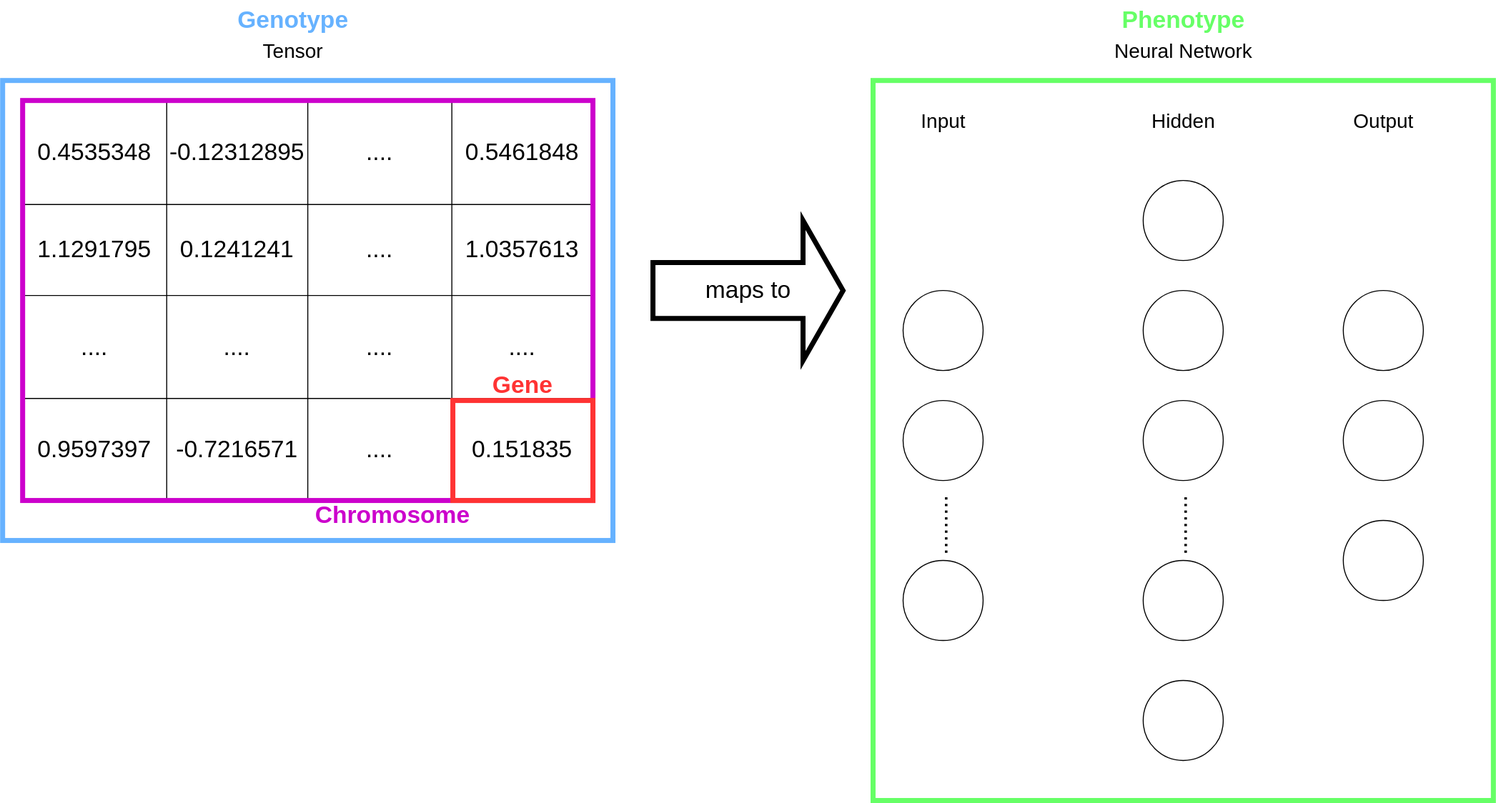
Earlier version of the draw.io export docs/genotype_to_phenotype.svg (jonasbarth/snakevolution). Source tidied: cells renumbered, new cells last; positions are measured from the earlier drawing's top-left corner, leaving out a move shared by most shapes.
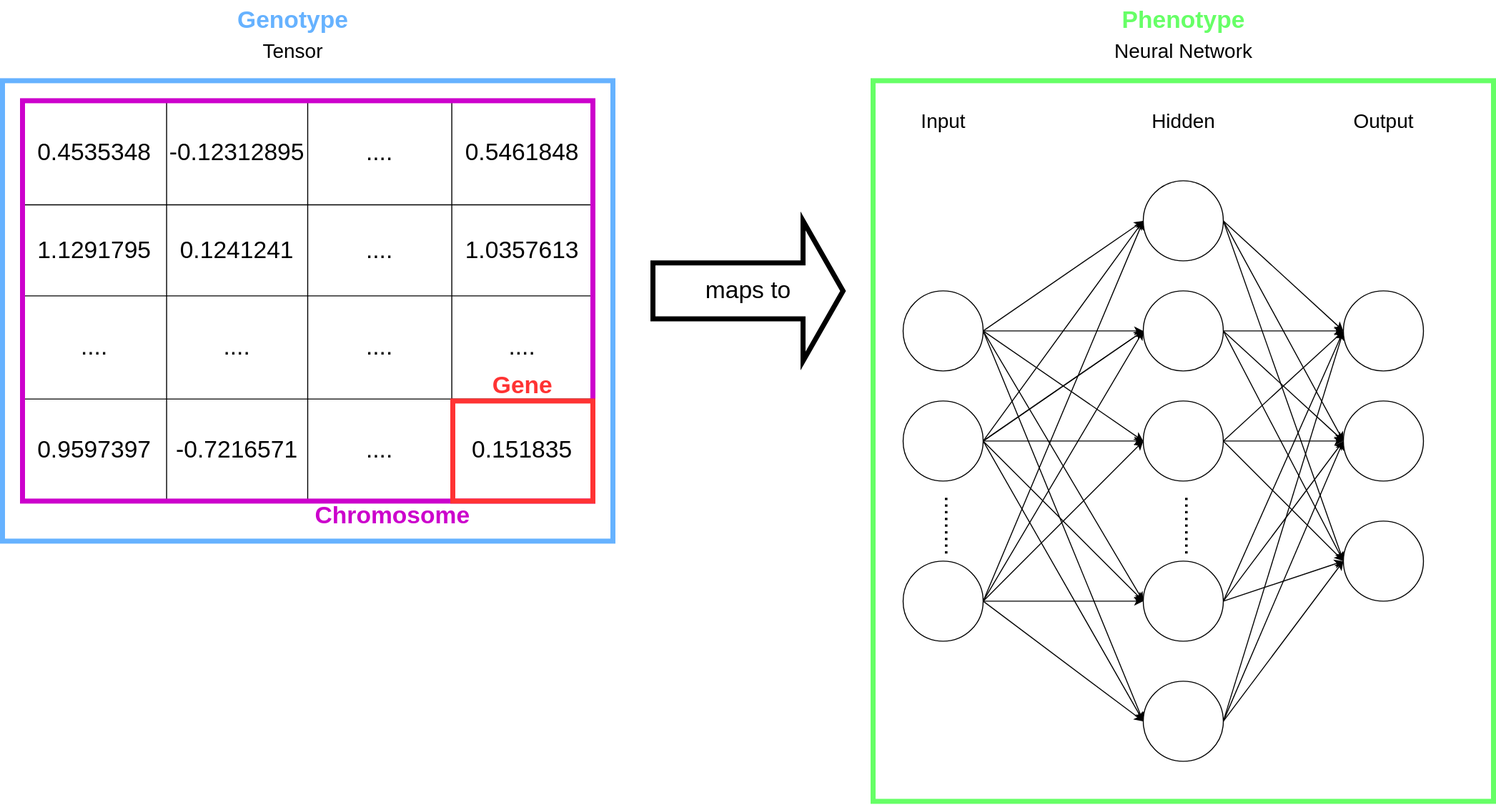
The same file after the commit.

Diff of the diagram source:
```diff
@@ -5,27 +5,124 @@
     <mxCell id="2" style="rounded=0;whiteSpace=wrap;html=1;fontSize=24;fillColor=none;strokeWidth=5;strokeColor=#66FF66;" parent="1" vertex="1">
       <mxGeometry x="870" y="80" width="620" height="720" as="geometry" />
     </mxCell>
+    <mxCell id="50" style="edgeStyle=none;rounded=0;jettySize=auto;html=1;entryX=0;entryY=0.5;entryDx=0;entryDy=0;exitX=1;exitY=0.5;exitDx=0;exitDy=0;" parent="1" edge="1" source="3" target="6">
+      <mxGeometry relative="1" as="geometry" />
+    </mxCell>
+    <mxCell id="51" style="edgeStyle=none;rounded=0;jettySize=auto;html=1;exitX=1;exitY=0.5;exitDx=0;exitDy=0;" parent="1" edge="1" source="3" target="7">
+      <mxGeometry relative="1" as="geometry" />
+    </mxCell>
+    <mxCell id="52" style="edgeStyle=none;rounded=0;jettySize=auto;html=1;entryX=0;entryY=0.5;entryDx=0;entryDy=0;exitX=1;exitY=0.5;exitDx=0;exitDy=0;" parent="1" edge="1" source="3" target="8">
+      <mxGeometry relative="1" as="geometry" />
+    </mxCell>
+    <mxCell id="53" style="edgeStyle=none;rounded=0;jettySize=auto;html=1;entryX=0;entryY=0.5;entryDx=0;entryDy=0;exitX=1;exitY=0.5;exitDx=0;exitDy=0;" parent="1" edge="1" source="3" target="9">
+      <mxGeometry relative="1" as="geometry" />
+    </mxCell>
+    <mxCell id="54" style="edgeStyle=none;rounded=0;jettySize=auto;html=1;entryX=0;entryY=0.5;entryDx=0;entryDy=0;exitX=1;exitY=0.5;exitDx=0;exitDy=0;" parent="1" edge="1" source="3" target="10">
+      <mxGeometry relative="1" as="geometry" />
+    </mxCell>
     <mxCell id="3" style="ellipse;whiteSpace=wrap;html=1;" parent="1" vertex="1">
       <mxGeometry x="900" y="290" width="80" height="80" as="geometry" />
     </mxCell>
+    <mxCell id="55" style="edgeStyle=none;rounded=0;jettySize=auto;html=1;entryX=0;entryY=0.5;entryDx=0;entryDy=0;exitX=1;exitY=0.5;exitDx=0;exitDy=0;" parent="1" edge="1" source="4" target="6">
+      <mxGeometry relative="1" as="geometry" />
+    </mxCell>
+    <mxCell id="56" style="edgeStyle=none;rounded=0;jettySize=auto;html=1;entryX=0;entryY=0.5;entryDx=0;entryDy=0;exitX=1;exitY=0.5;exitDx=0;exitDy=0;" parent="1" edge="1" source="4" target="7">
+      <mxGeometry relative="1" as="geometry" />
+    </mxCell>
+    <mxCell id="57" style="edgeStyle=none;rounded=0;jettySize=auto;html=1;entryX=0;entryY=0.5;entryDx=0;entryDy=0;exitX=1;exitY=0.5;exitDx=0;exitDy=0;" parent="1" edge="1" source="4" target="7">
+      <mxGeometry relative="1" as="geometry" />
+    </mxCell>
+    <mxCell id="58" style="edgeStyle=none;rounded=0;jettySize=auto;html=1;" parent="1" edge="1" source="4" target="8">
+      <mxGeometry relative="1" as="geometry" />
+    </mxCell>
+    <mxCell id="59" style="edgeStyle=none;rounded=0;jettySize=auto;html=1;entryX=0;entryY=0.5;entryDx=0;entryDy=0;exitX=1;exitY=0.5;exitDx=0;exitDy=0;" parent="1" edge="1" source="4" target="9">
+      <mxGeometry relative="1" as="geometry" />
+    </mxCell>
+    <mxCell id="60" style="edgeStyle=none;rounded=0;jettySize=auto;html=1;entryX=0;entryY=0.5;entryDx=0;entryDy=0;exitX=1;exitY=0.5;exitDx=0;exitDy=0;" parent="1" edge="1" source="4" target="10">
+      <mxGeometry relative="1" as="geometry" />
+    </mxCell>
     <mxCell id="4" style="ellipse;whiteSpace=wrap;html=1;" parent="1" vertex="1">
       <mxGeometry x="900" y="400" width="80" height="80" as="geometry" />
     </mxCell>
+    <mxCell id="61" style="edgeStyle=none;rounded=0;jettySize=auto;html=1;entryX=0;entryY=0.5;entryDx=0;entryDy=0;exitX=1;exitY=0.5;exitDx=0;exitDy=0;" parent="1" edge="1" source="5" target="10">
+      <mxGeometry relative="1" as="geometry" />
+    </mxCell>
+    <mxCell id="62" style="edgeStyle=none;rounded=0;jettySize=auto;html=1;entryX=0;entryY=0.5;entryDx=0;entryDy=0;" parent="1" edge="1" source="5" target="9">
+      <mxGeometry relative="1" as="geometry" />
+    </mxCell>
+    <mxCell id="63" style="edgeStyle=none;rounded=0;jettySize=auto;html=1;entryX=0;entryY=0.5;entryDx=0;entryDy=0;exitX=1;exitY=0.5;exitDx=0;exitDy=0;" parent="1" edge="1" source="5" target="8">
+      <mxGeometry relative="1" as="geometry" />
+    </mxCell>
+    <mxCell id="64" style="edgeStyle=none;rounded=0;jettySize=auto;html=1;entryX=0;entryY=0.5;entryDx=0;entryDy=0;exitX=1;exitY=0.5;exitDx=0;exitDy=0;" parent="1" edge="1" source="5" target="7">
+      <mxGeometry relative="1" as="geometry" />
+    </mxCell>
+    <mxCell id="65" style="edgeStyle=none;rounded=0;jettySize=auto;html=1;entryX=0;entryY=0.5;entryDx=0;entryDy=0;exitX=1;exitY=0.5;exitDx=0;exitDy=0;" parent="1" edge="1" source="5" target="6">
+      <mxGeometry relative="1" as="geometry" />
+    </mxCell>
     <mxCell id="5" style="ellipse;whiteSpace=wrap;html=1;" parent="1" vertex="1">
       <mxGeometry x="900" y="560" width="80" height="80" as="geometry" />
     </mxCell>
+    <mxCell id="66" style="rounded=0;jettySize=auto;html=1;exitX=1;exitY=0.5;exitDx=0;exitDy=0;" parent="1" edge="1" source="6">
+      <mxGeometry relative="1" as="geometry">
+        <mxPoint x="1340" y="330" as="targetPoint" />
+      </mxGeometry>
+    </mxCell>
+    <mxCell id="67" style="edgeStyle=none;rounded=0;jettySize=auto;html=1;entryX=0;entryY=0.5;entryDx=0;entryDy=0;exitX=1;exitY=0.5;exitDx=0;exitDy=0;" parent="1" edge="1" source="6" target="12">
+      <mxGeometry relative="1" as="geometry" />
+    </mxCell>
+    <mxCell id="68" style="edgeStyle=none;rounded=0;jettySize=auto;html=1;entryX=0;entryY=0.5;entryDx=0;entryDy=0;exitX=1;exitY=0.5;exitDx=0;exitDy=0;" parent="1" edge="1" source="6" target="13">
+      <mxGeometry relative="1" as="geometry" />
+    </mxCell>
     <mxCell id="6" style="ellipse;whiteSpace=wrap;html=1;" parent="1" vertex="1">
       <mxGeometry x="1140" y="180" width="80" height="80" as="geometry" />
     </mxCell>
+    <mxCell id="69" style="edgeStyle=none;rounded=0;jettySize=auto;html=1;" parent="1" edge="1" source="7" target="11">
+      <mxGeometry relative="1" as="geometry" />
+    </mxCell>
+    <mxCell id="70" style="edgeStyle=none;rounded=0;jettySize=auto;html=1;entryX=0;entryY=0.5;entryDx=0;entryDy=0;exitX=1;exitY=0.5;exitDx=0;exitDy=0;" parent="1" edge="1" source="7" target="12">
+      <mxGeometry relative="1" as="geometry" />
+    </mxCell>
+    <mxCell id="71" style="edgeStyle=none;rounded=0;jettySize=auto;html=1;entryX=0;entryY=0.5;entryDx=0;entryDy=0;exitX=1;exitY=0.5;exitDx=0;exitDy=0;" parent="1" edge="1" source="7" target="13">
+      <mxGeometry relative="1" as="geometry" />
+    </mxCell>
     <mxCell id="7" style="ellipse;whiteSpace=wrap;html=1;" parent="1" vertex="1">
       <mxGeometry x="1140" y="290" width="80" height="80" as="geometry" />
     </mxCell>
+    <mxCell id="72" style="edgeStyle=none;rounded=0;jettySize=auto;html=1;exitX=1;exitY=0.5;exitDx=0;exitDy=0;entryX=0;entryY=0.5;entryDx=0;entryDy=0;" parent="1" edge="1" source="8" target="11">
+      <mxGeometry relative="1" as="geometry" />
+    </mxCell>
+    <mxCell id="73" style="edgeStyle=none;rounded=0;jettySize=auto;html=1;entryX=0;entryY=0.5;entryDx=0;entryDy=0;" parent="1" edge="1" source="8" target="12">
+      <mxGeometry relative="1" as="geometry" />
+    </mxCell>
+    <mxCell id="74" style="edgeStyle=none;rounded=0;jettySize=auto;html=1;entryX=0;entryY=0.5;entryDx=0;entryDy=0;exitX=1;exitY=0.5;exitDx=0;exitDy=0;" parent="1" edge="1" source="8" target="13">
+      <mxGeometry relative="1" as="geometry" />
+    </mxCell>
     <mxCell id="8" style="ellipse;whiteSpace=wrap;html=1;" parent="1" vertex="1">
       <mxGeometry x="1140" y="400" width="80" height="80" as="geometry" />
     </mxCell>
+    <mxCell id="75" style="edgeStyle=none;rounded=0;jettySize=auto;html=1;entryX=0;entryY=0.5;entryDx=0;entryDy=0;exitX=1;exitY=0.5;exitDx=0;exitDy=0;" parent="1" edge="1" source="9" target="13">
+      <mxGeometry relative="1" as="geometry" />
+    </mxCell>
+    <mxCell id="76" style="edgeStyle=none;rounded=0;jettySize=auto;html=1;entryX=0;entryY=0.5;entryDx=0;entryDy=0;exitX=1;exitY=0.5;exitDx=0;exitDy=0;" parent="1" edge="1" source="9" target="12">
+      <mxGeometry relative="1" as="geometry" />
+    </mxCell>
+    <mxCell id="77" style="edgeStyle=none;rounded=0;jettySize=auto;html=1;entryX=0;entryY=0.5;entryDx=0;entryDy=0;exitX=1;exitY=0.5;exitDx=0;exitDy=0;" parent="1" edge="1" source="9" target="11">
+      <mxGeometry relative="1" as="geometry" />
+    </mxCell>
     <mxCell id="9" style="ellipse;whiteSpace=wrap;html=1;" parent="1" vertex="1">
       <mxGeometry x="1140" y="560" width="80" height="80" as="geometry" />
     </mxCell>
+    <mxCell id="78" style="edgeStyle=none;rounded=0;jettySize=auto;html=1;entryX=0;entryY=0.5;entryDx=0;entryDy=0;exitX=1;exitY=0.5;exitDx=0;exitDy=0;" parent="1" edge="1" source="10" target="13">
+      <mxGeometry relative="1" as="geometry" />
+    </mxCell>
+    <mxCell id="79" style="edgeStyle=none;rounded=0;jettySize=auto;html=1;entryX=0;entryY=0.5;entryDx=0;entryDy=0;exitX=1;exitY=0.5;exitDx=0;exitDy=0;" parent="1" edge="1" source="10" target="12">
+      <mxGeometry relative="1" as="geometry" />
+    </mxCell>
+    <mxCell id="80" style="edgeStyle=none;rounded=0;jettySize=auto;html=1;exitX=1;exitY=0.5;exitDx=0;exitDy=0;" parent="1" edge="1" source="10">
+      <mxGeometry relative="1" as="geometry">
+        <mxPoint x="1340" y="330" as="targetPoint" />
+      </mxGeometry>
+    </mxCell>
     <mxCell id="10" style="ellipse;whiteSpace=wrap;html=1;" parent="1" vertex="1">
       <mxGeometry x="1140" y="680" width="80" height="80" as="geometry" />
     </mxCell>
```
